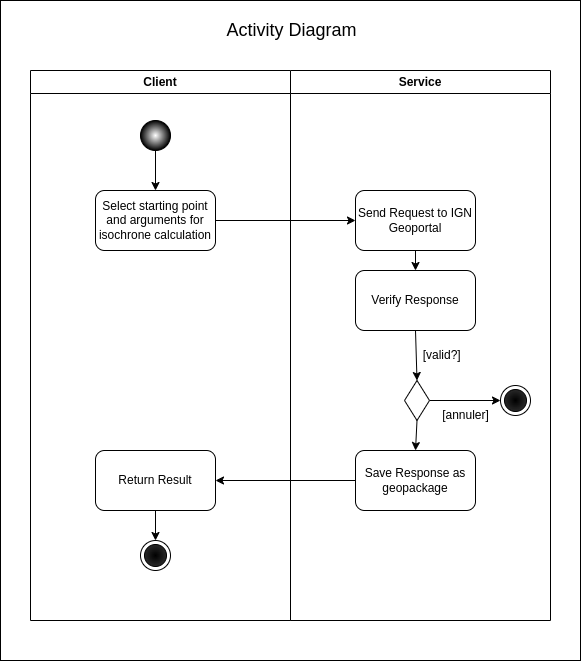
This is diagrams/activity_diagram.png from yolanda225/plugin-qgis-oop, a draw.io export, as it was before one commit. Source tidied: cells renumbered, new cells last; positions are measured from the earlier drawing's top-left corner, leaving out a move shared by most shapes.
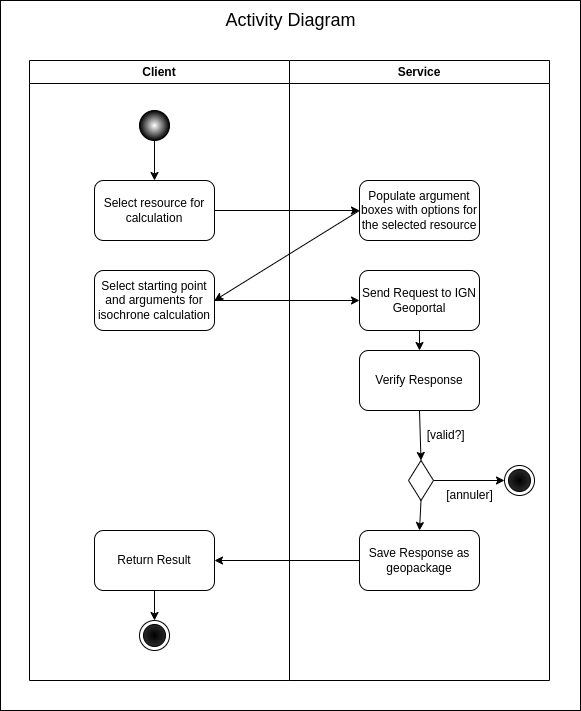
After the commit.

Change to the diagram source:
```diff
@@ -3,7 +3,7 @@
     <mxCell id="0" />
     <mxCell id="1" parent="0" />
     <mxCell id="2" style="rounded=0;whiteSpace=wrap;html=1;" parent="1" vertex="1">
-      <mxGeometry width="580" height="660" as="geometry" />
+      <mxGeometry x="1" y="10" width="580" height="710" as="geometry" />
     </mxCell>
     <mxCell id="3" style="edgeStyle=none;html=1;exitX=0.5;exitY=1;exitDx=0;exitDy=0;entryX=0.5;entryY=0;entryDx=0;entryDy=0;" parent="1" edge="1" source="4" target="7">
       <mxGeometry relative="1" as="geometry" />
@@ -11,67 +11,79 @@
     <mxCell id="4" style="ellipse;whiteSpace=wrap;html=1;fillColor=light-dark(#FFFFFF,#FFFFFF);gradientColor=light-dark(#000000,#292929);gradientDirection=radial;strokeColor=light-dark(#000000,#FFFFFF);" parent="1" vertex="1">
       <mxGeometry x="140" y="120" width="30" height="30" as="geometry" />
     </mxCell>
-    <mxCell id="5" style="ellipse;html=1;shape=endState;fillColor=#000000;strokeColor=light-dark(#000000,#FFFFFF);gradientColor=light-dark(#292929,#292929);gradientDirection=radial;" parent="1" vertex="1">
-      <mxGeometry x="140" y="540" width="30" height="30" as="geometry" />
-    </mxCell>
-    <mxCell id="6" style="edgeStyle=none;html=1;exitX=1;exitY=0.5;exitDx=0;exitDy=0;entryX=0;entryY=0.5;entryDx=0;entryDy=0;" parent="1" edge="1" source="7" target="9">
+    <mxCell id="6" style="edgeStyle=none;html=1;exitX=1;exitY=0.5;exitDx=0;exitDy=0;entryX=0;entryY=0.5;entryDx=0;entryDy=0;" parent="1" edge="1" source="7" target="25">
       <mxGeometry relative="1" as="geometry" />
     </mxCell>
-    <mxCell id="7" value="Select starting point and arguments for isochrone calculation" style="rounded=1;whiteSpace=wrap;html=1;" parent="1" vertex="1">
+    <mxCell id="7" value="Select resource for calculation" style="rounded=1;whiteSpace=wrap;html=1;" parent="1" vertex="1">
       <mxGeometry x="95" y="190" width="120" height="60" as="geometry" />
     </mxCell>
+    <mxCell id="17" style="edgeStyle=none;html=1;exitX=0;exitY=0.5;exitDx=0;exitDy=0;entryX=1;entryY=0.5;entryDx=0;entryDy=0;" parent="1" edge="1" source="18" target="20">
+      <mxGeometry relative="1" as="geometry" />
+    </mxCell>
+    <mxCell id="21" value="Client" style="swimlane;whiteSpace=wrap;html=1;" parent="1" vertex="1">
+      <mxGeometry x="30" y="70" width="260" height="620" as="geometry" />
+    </mxCell>
+    <mxCell id="5" style="ellipse;html=1;shape=endState;fillColor=#000000;strokeColor=light-dark(#000000,#FFFFFF);gradientColor=light-dark(#292929,#292929);gradientDirection=radial;" parent="21" vertex="1">
+      <mxGeometry x="110" y="560" width="30" height="30" as="geometry" />
+    </mxCell>
+    <mxCell id="19" style="edgeStyle=none;html=1;exitX=0.5;exitY=1;exitDx=0;exitDy=0;entryX=0.5;entryY=0;entryDx=0;entryDy=0;" parent="21" edge="1" source="20" target="5">
+      <mxGeometry relative="1" as="geometry" />
+    </mxCell>
+    <mxCell id="20" value="Return Result" style="rounded=1;whiteSpace=wrap;html=1;" parent="21" vertex="1">
+      <mxGeometry x="65" y="470" width="120" height="60" as="geometry" />
+    </mxCell>
+    <mxCell id="22" value="Service" style="swimlane;whiteSpace=wrap;html=1;" parent="1" vertex="1">
+      <mxGeometry x="290" y="70" width="260" height="620" as="geometry" />
+    </mxCell>
-    <mxCell id="8" style="edgeStyle=none;html=1;exitX=0.5;exitY=1;exitDx=0;exitDy=0;entryX=0.5;entryY=0;entryDx=0;entryDy=0;" parent="1" edge="1" source="9" target="15">
+    <mxCell id="8" style="edgeStyle=none;html=1;exitX=0.5;exitY=1;exitDx=0;exitDy=0;entryX=0.5;entryY=0;entryDx=0;entryDy=0;" parent="22" edge="1" source="9" target="15">
       <mxGeometry relative="1" as="geometry" />
     </mxCell>
-    <mxCell id="9" value="Send Request to IGN Geoportal" style="rounded=1;whiteSpace=wrap;html=1;" parent="1" vertex="1">
-      <mxGeometry x="355" y="190" width="120" height="60" as="geometry" />
+    <mxCell id="9" value="Send Request to IGN Geoportal" style="rounded=1;whiteSpace=wrap;html=1;" parent="22" vertex="1">
+      <mxGeometry x="70" y="210" width="120" height="60" as="geometry" />
     </mxCell>
-    <mxCell id="10" style="edgeStyle=none;html=1;exitX=1;exitY=0.5;exitDx=0;exitDy=0;entryX=0;entryY=0.5;entryDx=0;entryDy=0;" parent="1" edge="1" source="12">
+    <mxCell id="10" style="edgeStyle=none;html=1;exitX=1;exitY=0.5;exitDx=0;exitDy=0;entryX=0;entryY=0.5;entryDx=0;entryDy=0;" parent="22" edge="1" source="12">
       <mxGeometry relative="1" as="geometry">
-        <mxPoint x="500" y="400" as="targetPoint" />
+        <mxPoint x="215" y="420" as="targetPoint" />
       </mxGeometry>
     </mxCell>
-    <mxCell id="11" style="edgeStyle=none;html=1;exitX=0.5;exitY=1;exitDx=0;exitDy=0;entryX=0.5;entryY=0;entryDx=0;entryDy=0;" parent="1" edge="1" source="12" target="18">
+    <mxCell id="11" style="edgeStyle=none;html=1;exitX=0.5;exitY=1;exitDx=0;exitDy=0;entryX=0.5;entryY=0;entryDx=0;entryDy=0;" parent="22" edge="1" source="12" target="18">
       <mxGeometry relative="1" as="geometry" />
     </mxCell>
-    <mxCell id="12" style="rhombus;whiteSpace=wrap;html=1;" parent="1" vertex="1">
-      <mxGeometry x="404" y="380" width="25" height="40" as="geometry" />
+    <mxCell id="12" style="rhombus;whiteSpace=wrap;html=1;" parent="22" vertex="1">
+      <mxGeometry x="119" y="400" width="25" height="40" as="geometry" />
     </mxCell>
-    <mxCell id="13" value="&amp;nbsp;[valid?]" style="text;html=1;align=center;verticalAlign=middle;whiteSpace=wrap;rounded=0;" parent="1" vertex="1">
-      <mxGeometry x="410" y="340" width="60" height="30" as="geometry" />
+    <mxCell id="13" value="&amp;nbsp;[valid?]" style="text;html=1;align=center;verticalAlign=middle;whiteSpace=wrap;rounded=0;" parent="22" vertex="1">
+      <mxGeometry x="125" y="360" width="60" height="30" as="geometry" />
     </mxCell>
-    <mxCell id="14" style="edgeStyle=none;html=1;exitX=0.5;exitY=1;exitDx=0;exitDy=0;entryX=0.5;entryY=0;entryDx=0;entryDy=0;" parent="1" edge="1" source="15" target="12">
+    <mxCell id="14" style="edgeStyle=none;html=1;exitX=0.5;exitY=1;exitDx=0;exitDy=0;entryX=0.5;entryY=0;entryDx=0;entryDy=0;" parent="22" edge="1" source="15" target="12">
       <mxGeometry relative="1" as="geometry" />
     </mxCell>
-    <mxCell id="15" value="Verify Response" style="rounded=1;whiteSpace=wrap;html=1;" parent="1" vertex="1">
-      <mxGeometry x="355" y="270" width="120" height="60" as="geometry" />
+    <mxCell id="15" value="Verify Response" style="rounded=1;whiteSpace=wrap;html=1;" parent="22" vertex="1">
+      <mxGeometry x="70" y="290" width="120" height="60" as="geometry" />
     </mxCell>
-    <mxCell id="16" value="[annuler]" style="text;html=1;align=center;verticalAlign=middle;strokeColor=none;fillColor=none;" parent="1" vertex="1">
-      <mxGeometry x="430" y="400" width="70" height="30" as="geometry" />
+    <mxCell id="16" value="[annuler]" style="text;html=1;align=center;verticalAlign=middle;strokeColor=none;fillColor=none;" parent="22" vertex="1">
+      <mxGeometry x="145" y="420" width="70" height="30" as="geometry" />
     </mxCell>
-    <mxCell id="17" style="edgeStyle=none;html=1;exitX=0;exitY=0.5;exitDx=0;exitDy=0;entryX=1;entryY=0.5;entryDx=0;entryDy=0;" parent="1" edge="1" source="18" target="20">
-      <mxGeometry relative="1" as="geometry" />
-    </mxCell>
-    <mxCell id="18" value="Save Response as geopackage" style="rounded=1;whiteSpace=wrap;html=1;" parent="1" vertex="1">
-      <mxGeometry x="355" y="450" width="120" height="60" as="geometry" />
+    <mxCell id="18" value="Save Response as geopackage" style="rounded=1;whiteSpace=wrap;html=1;" parent="22" vertex="1">
+      <mxGeometry x="70" y="470" width="120" height="60" as="geometry" />
     </mxCell>
-    <mxCell id="19" style="edgeStyle=none;html=1;exitX=0.5;exitY=1;exitDx=0;exitDy=0;entryX=0.5;entryY=0;entryDx=0;entryDy=0;" parent="1" edge="1" source="20" target="5">
-      <mxGeometry relative="1" as="geometry" />
-    </mxCell>
-    <mxCell id="20" value="Return Result" style="rounded=1;whiteSpace=wrap;html=1;" parent="1" vertex="1">
-      <mxGeometry x="95" y="450" width="120" height="60" as="geometry" />
-    </mxCell>
-    <mxCell id="21" value="Client" style="swimlane;whiteSpace=wrap;html=1;" parent="1" vertex="1">
-      <mxGeometry x="30" y="70" width="260" height="550" as="geometry" />
-    </mxCell>
-    <mxCell id="22" value="Service" style="swimlane;whiteSpace=wrap;html=1;" parent="1" vertex="1">
-      <mxGeometry x="290" y="70" width="260" height="550" as="geometry" />
-    </mxCell>
     <mxCell id="23" style="ellipse;html=1;shape=endState;fillColor=#000000;strokeColor=light-dark(#000000,#FFFFFF);gradientColor=light-dark(#292929,#292929);gradientDirection=radial;" parent="22" vertex="1">
-      <mxGeometry x="210" y="315" width="30" height="30" as="geometry" />
+      <mxGeometry x="215" y="405" width="30" height="30" as="geometry" />
     </mxCell>
+    <mxCell id="25" value="Populate argument boxes with options for the selected resource" style="rounded=1;whiteSpace=wrap;html=1;" parent="22" vertex="1">
+      <mxGeometry x="70" y="120" width="120" height="60" as="geometry" />
+    </mxCell>
     <mxCell id="24" value="&lt;font style=&quot;font-size: 18px; color: light-dark(rgb(0, 0, 0), rgb(255, 255, 255));&quot;&gt;Activity Diagram&lt;/font&gt;" style="text;html=1;align=center;verticalAlign=middle;strokeColor=none;fillColor=none;" parent="1" vertex="1">
       <mxGeometry x="216" y="10" width="150" height="40" as="geometry" />
     </mxCell>
+    <mxCell id="26" style="edgeStyle=none;html=1;exitX=1;exitY=0.5;exitDx=0;exitDy=0;entryX=0;entryY=0.5;entryDx=0;entryDy=0;" parent="1" edge="1" source="27" target="9">
+      <mxGeometry relative="1" as="geometry" />
+    </mxCell>
+    <mxCell id="27" value="Select starting point and arguments for isochrone calculation" style="rounded=1;whiteSpace=wrap;html=1;" parent="1" vertex="1">
+      <mxGeometry x="95" y="280" width="120" height="60" as="geometry" />
+    </mxCell>
+    <mxCell id="28" style="edgeStyle=none;html=1;exitX=0;exitY=0.5;exitDx=0;exitDy=0;entryX=1;entryY=0.5;entryDx=0;entryDy=0;" parent="1" edge="1" source="25" target="27">
+      <mxGeometry relative="1" as="geometry" />
+    </mxCell>
   </root>
 </mxGraphModel>
```
